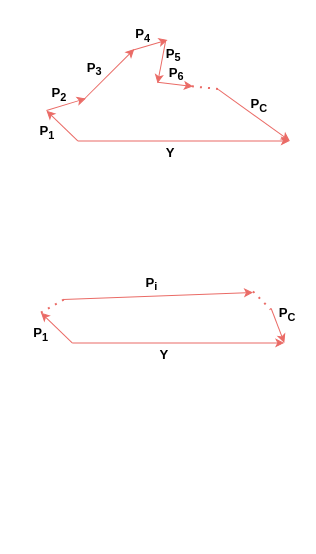
Above: 建模/未命名绘图.drawio in zhanghuangkai/zhk-1999 (draw.io), before the change. Source tidied: cells renumbered, new cells numbered last; positions are measured from the earlier drawing's top-left corner, leaving out a move shared by most shapes. Both pictures are drawn from the tidied source at 101%, with x=0, y=0 at pixel (24, 27).
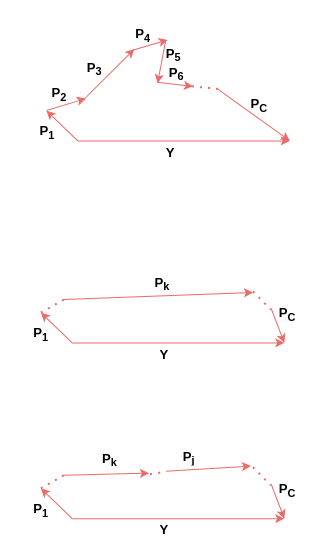
The same diagram, later.

Commit message:
更新未命名绘图.drawio

The edit, as a diff of the source:
```diff
@@
-    <mxCell id="30" value="&lt;h1 style=&quot;font-size: 13px;&quot;&gt;P&lt;sub style=&quot;&quot;&gt;i&lt;/sub&gt;&lt;/h1&gt;" style="text;html=1;strokeColor=none;fillColor=none;spacing=5;spacingTop=-20;whiteSpace=wrap;overflow=hidden;rounded=0;align=left;" parent="1" vertex="1">
-      <mxGeometry x="115" y="246" width="25" height="17" as="geometry" />
+    <mxCell id="30" value="&lt;h1 style=&quot;font-size: 13px;&quot;&gt;P&lt;sub style=&quot;&quot;&gt;k&lt;/sub&gt;&lt;/h1&gt;" style="text;html=1;strokeColor=none;fillColor=none;spacing=5;spacingTop=-20;whiteSpace=wrap;overflow=hidden;rounded=0;align=left;" parent="1" vertex="1">
+      <mxGeometry x="124" y="246" width="25" height="17" as="geometry" />
     </mxCell>
+    <mxCell id="31" style="endArrow=classic;html=1;strokeColor=#EA6B66;curved=1;" parent="1" edge="1">
+      <mxGeometry relative="1" as="geometry">
+        <mxPoint x="47" y="486" as="sourcePoint" />
+        <mxPoint x="257" y="486" as="targetPoint" />
+      </mxGeometry>
+    </mxCell>
+    <mxCell id="32" style="endArrow=classic;html=1;rounded=0;strokeWidth=1;strokeColor=none;" parent="1" edge="1">
+      <mxGeometry relative="1" as="geometry">
+        <mxPoint x="48" y="487" as="sourcePoint" />
+        <mxPoint y="433" as="targetPoint" />
+      </mxGeometry>
+    </mxCell>
+    <mxCell id="33" style="endArrow=classic;html=1;rounded=0;strokeColor=#EA6B66;" parent="1" edge="1">
+      <mxGeometry relative="1" as="geometry">
+        <mxPoint x="47" y="486" as="sourcePoint" />
+        <mxPoint x="16" y="456" as="targetPoint" />
+      </mxGeometry>
+    </mxCell>
+    <mxCell id="34" style="endArrow=none;dashed=1;html=1;dashPattern=1 3;strokeWidth=2;rounded=1;strokeColor=#EA6B66;" parent="1" edge="1">
+      <mxGeometry relative="1" as="geometry">
+        <mxPoint x="226" y="435" as="sourcePoint" />
+        <mxPoint x="243.5" y="453" as="targetPoint" />
+      </mxGeometry>
+    </mxCell>
+    <mxCell id="35" style="endArrow=classic;html=1;rounded=1;strokeColor=#EA6B66;strokeWidth=1;" parent="1" edge="1">
+      <mxGeometry relative="1" as="geometry">
+        <mxPoint x="244" y="452" as="sourcePoint" />
+        <mxPoint x="257" y="486" as="targetPoint" />
+      </mxGeometry>
+    </mxCell>
+    <mxCell id="36" value="&lt;h1 style=&quot;font-size: 13px;&quot;&gt;P&lt;sub style=&quot;&quot;&gt;1&lt;/sub&gt;&lt;/h1&gt;" style="text;html=1;strokeColor=none;fillColor=none;spacing=5;spacingTop=-20;whiteSpace=wrap;overflow=hidden;rounded=0;align=left;" parent="1" vertex="1">
+      <mxGeometry x="4" y="470" width="25" height="17" as="geometry" />
+    </mxCell>
+    <mxCell id="37" value="&lt;h1 style=&quot;font-size: 13px;&quot;&gt;P&lt;sub style=&quot;&quot;&gt;C&lt;/sub&gt;&lt;/h1&gt;" style="text;html=1;strokeColor=none;fillColor=none;spacing=5;spacingTop=-20;whiteSpace=wrap;overflow=hidden;rounded=0;align=left;" parent="1" vertex="1">
+      <mxGeometry x="247" y="450" width="25" height="17" as="geometry" />
+    </mxCell>
+    <mxCell id="38" value="&lt;h1 style=&quot;font-size: 13px;&quot;&gt;Y&lt;/h1&gt;" style="text;html=1;strokeColor=none;fillColor=none;spacing=5;spacingTop=-20;whiteSpace=wrap;overflow=hidden;rounded=0;align=left;" parent="1" vertex="1">
+      <mxGeometry x="129" y="490.8" width="17" height="14" as="geometry" />
+    </mxCell>
+    <mxCell id="39" style="endArrow=none;dashed=1;html=1;dashPattern=1 3;strokeWidth=2;rounded=1;strokeColor=#EA6B66;" parent="1" edge="1">
+      <mxGeometry relative="1" as="geometry">
+        <mxPoint x="16" y="456" as="sourcePoint" />
+        <mxPoint x="39" y="443" as="targetPoint" />
+      </mxGeometry>
+    </mxCell>
+    <mxCell id="40" style="endArrow=classic;html=1;strokeColor=#EA6B66;curved=1;" parent="1" edge="1">
+      <mxGeometry relative="1" as="geometry">
+        <mxPoint x="38" y="443" as="sourcePoint" />
+        <mxPoint x="123" y="441" as="targetPoint" />
+      </mxGeometry>
+    </mxCell>
+    <mxCell id="41" value="&lt;h1 style=&quot;font-size: 13px;&quot;&gt;P&lt;sub style=&quot;&quot;&gt;k&lt;/sub&gt;&lt;/h1&gt;" style="text;html=1;strokeColor=none;fillColor=none;spacing=5;spacingTop=-20;whiteSpace=wrap;overflow=hidden;rounded=0;align=left;" parent="1" vertex="1">
+      <mxGeometry x="72" y="420" width="25" height="17" as="geometry" />
+    </mxCell>
+    <mxCell id="42" style="endArrow=classic;html=1;strokeColor=#EA6B66;curved=1;" parent="1" edge="1">
+      <mxGeometry relative="1" as="geometry">
+        <mxPoint x="140" y="439" as="sourcePoint" />
+        <mxPoint x="224" y="434" as="targetPoint" />
+      </mxGeometry>
+    </mxCell>
+    <mxCell id="43" value="&lt;h1 style=&quot;font-size: 13px;&quot;&gt;P&lt;sub&gt;j&lt;/sub&gt;&lt;/h1&gt;" style="text;html=1;strokeColor=none;fillColor=none;spacing=5;spacingTop=-20;whiteSpace=wrap;overflow=hidden;rounded=0;align=left;" parent="1" vertex="1">
+      <mxGeometry x="151.5" y="418" width="38.5" height="16" as="geometry" />
+    </mxCell>
+    <mxCell id="44" style="endArrow=none;dashed=1;html=1;dashPattern=1 3;strokeWidth=2;rounded=1;strokeColor=#EA6B66;" parent="1" edge="1">
+      <mxGeometry relative="1" as="geometry">
+        <mxPoint x="124" y="442" as="sourcePoint" />
+        <mxPoint x="139.5" y="440" as="targetPoint" />
+        <Array as="points">
+          <mxPoint x="136.5" y="440" />
+        </Array>
+      </mxGeometry>
+    </mxCell>
```
